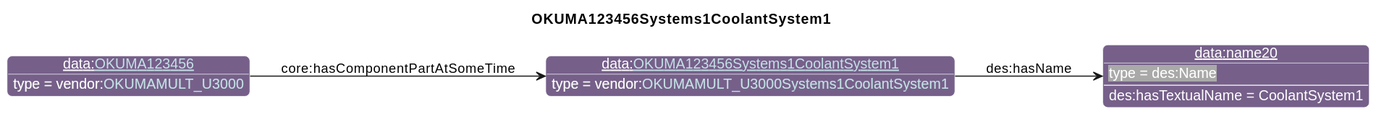
This is diagrams/OKUMA123456Systems1CoolantSystem1.svg from iofoundry/example-syseng-mtconnect, a PlantUML export, as it was before one commit.
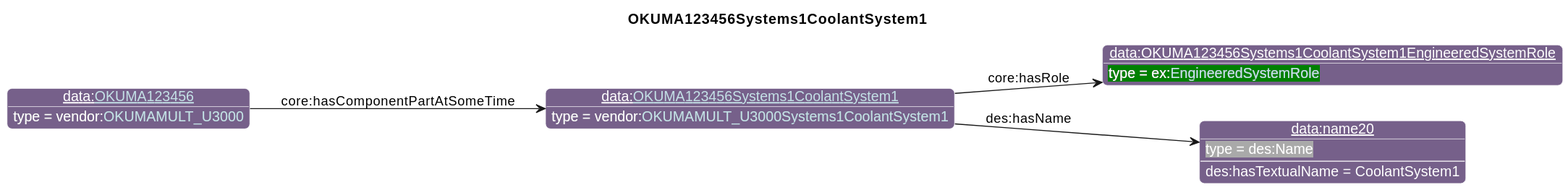
After the change.

Diff of the diagram source:
```diff
@@ -26,9 +26,11 @@
                       "qp":"641B2E"
       }
 individual(o0, data:[[./OKUMA123456Systems1CoolantSystem1.html OKUMA123456Systems1CoolantSystem1]], vendor:[[../OKUMA.html#OKUMAMULT_U3000Systems1CoolantSystem1 OKUMAMULT_U3000Systems1CoolantSystem1]])
-individual(o1, data:name20, des:Name)
-individual(o2, data:[[./OKUMA123456.html OKUMA123456]], vendor:[[../OKUMA.html#OKUMAMULT_U3000 OKUMAMULT_U3000]])
-property(o0, "des:hasName", o1)
-data(o1, "des:hasTextualName", "CoolantSystem1")
-property(o2, "core:hasComponentPartAtSomeTime", o0)
+individual(o1, data:OKUMA123456Systems1CoolantSystem1EngineeredSystemRole, ex:[[../Example.html#EngineeredSystemRole EngineeredSystemRole]])
+individual(o2, data:name20, des:Name)
+individual(o3, data:[[./OKUMA123456.html OKUMA123456]], vendor:[[../OKUMA.html#OKUMAMULT_U3000 OKUMAMULT_U3000]])
+property(o0, "core:hasRole", o1)
+property(o0, "des:hasName", o2)
+data(o2, "des:hasTextualName", "CoolantSystem1")
+property(o3, "core:hasComponentPartAtSomeTime", o0)
 @enduml
```
